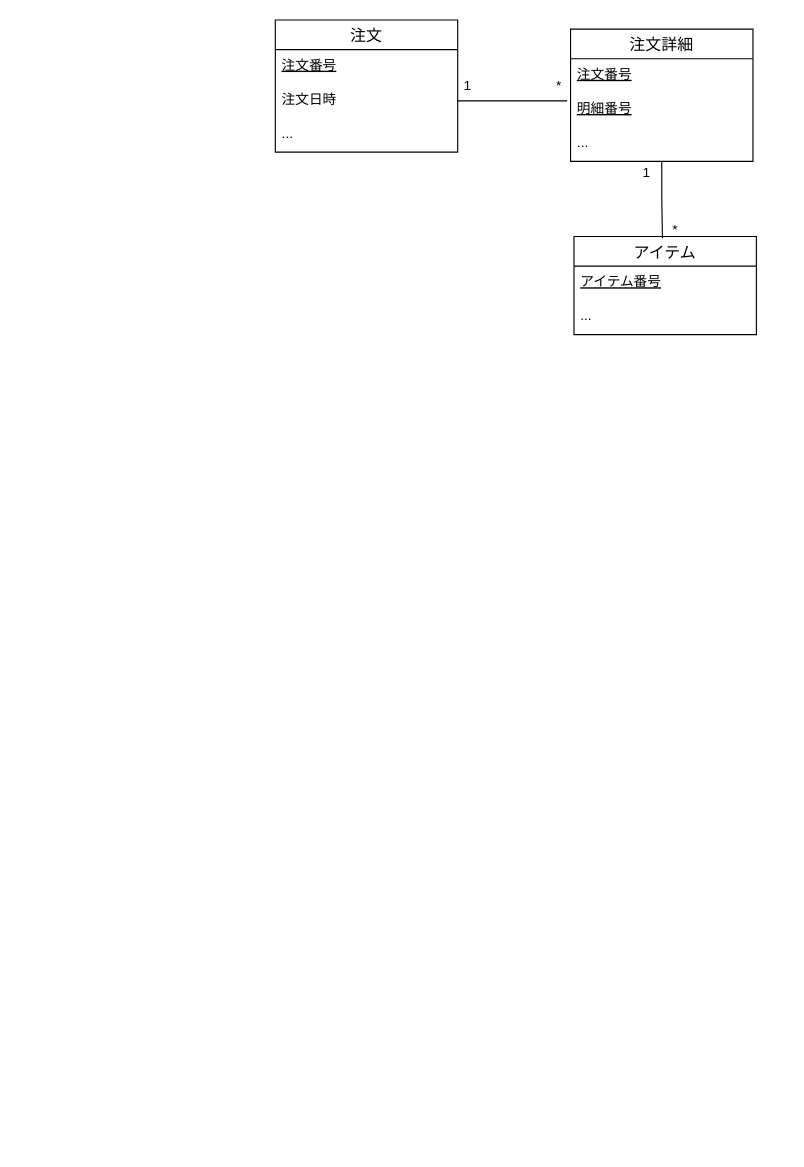
Earlier version of the draw.io diagram page "Question1" (2 of 2) of example/dbdesign1.drawio (takayasu/design). Source tidied: cells renumbered, new cells numbered last; positions are measured from the earlier drawing's top-left corner, leaving out a move shared by most shapes. Both pictures are drawn from the tidied source at 114%, with x=0, y=0 at pixel (275, 19).
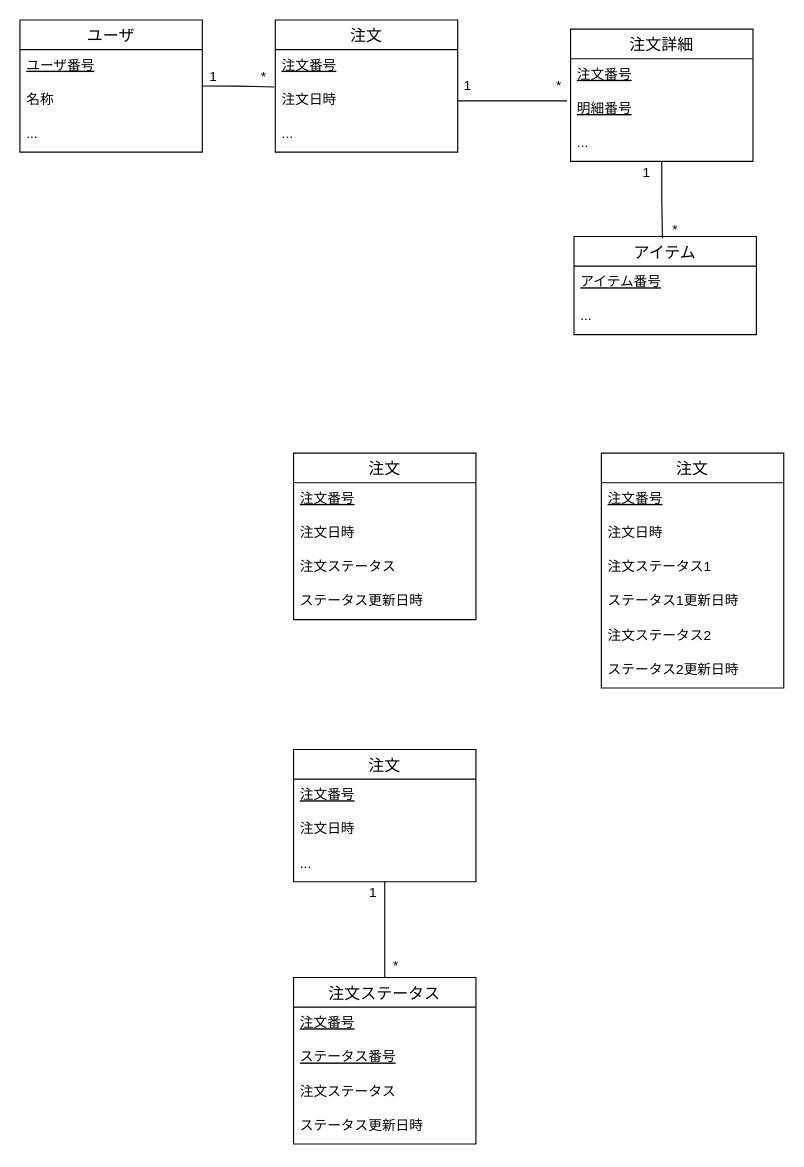
The same page after the edit.

The change refers to these unchanged cells:
```xml
<mxCell id="4" value="注文日時" style="text;strokeColor=none;fillColor=none;spacingLeft=4;spacingRight=4;overflow=hidden;points=[[0,0.5],[1,0.5]];portConstraint=eastwest;fontSize=12;" parent="2" vertex="1">
  <mxGeometry y="56" width="160" height="30" as="geometry" />
</mxCell>
```

Diff of the diagram source:
```diff
@@
+    <mxCell id="19" value="ユーザ" style="swimlane;fontStyle=0;horizontal=1;startSize=26;align=center;fontSize=14;" parent="1" vertex="1">
+      <mxGeometry x="-224" width="160" height="116" as="geometry" />
+    </mxCell>
+    <mxCell id="20" value="ユーザ番号" style="text;strokeColor=none;fillColor=none;spacingLeft=4;spacingRight=4;overflow=hidden;fontSize=12;fontStyle=4;" parent="19" vertex="1">
+      <mxGeometry y="26" width="160" height="30" as="geometry" />
+    </mxCell>
+    <mxCell id="21" value="名称" style="text;strokeColor=none;fillColor=none;spacingLeft=4;spacingRight=4;overflow=hidden;points=[[0,0.5],[1,0.5]];portConstraint=eastwest;fontSize=12;" parent="19" vertex="1">
+      <mxGeometry y="56" width="160" height="30" as="geometry" />
+    </mxCell>
+    <mxCell id="22" value="..." style="text;strokeColor=none;fillColor=none;spacingLeft=4;spacingRight=4;overflow=hidden;fontSize=12;" parent="19" vertex="1">
+      <mxGeometry y="86" width="160" height="30" as="geometry" />
+    </mxCell>
+    <mxCell id="23" style="edgeStyle=orthogonalEdgeStyle;rounded=0;jettySize=auto;html=1;endArrow=none;endFill=0;exitX=0.996;exitY=0.065;exitDx=0;exitDy=0;exitPerimeter=0;entryX=-0.005;entryY=0.094;entryDx=0;entryDy=0;entryPerimeter=0;" parent="1" edge="1" source="21" target="4">
+      <mxGeometry relative="1" as="geometry" />
+    </mxCell>
+    <mxCell id="24" value="1" style="text;html=1;strokeColor=none;fillColor=none;align=center;verticalAlign=middle;whiteSpace=wrap;rounded=0;" parent="1" vertex="1">
+      <mxGeometry x="-64" y="40" width="20" height="20" as="geometry" />
+    </mxCell>
+    <mxCell id="25" value="*" style="text;html=1;strokeColor=none;fillColor=none;align=center;verticalAlign=middle;whiteSpace=wrap;rounded=0;" parent="1" vertex="1">
+      <mxGeometry x="-20" y="40" width="20" height="20" as="geometry" />
+    </mxCell>
+    <mxCell id="26" value="注文" style="swimlane;fontStyle=0;horizontal=1;startSize=26;align=center;fontSize=14;" parent="1" vertex="1">
+      <mxGeometry x="16" y="380" width="160" height="146" as="geometry" />
+    </mxCell>
+    <mxCell id="27" value="注文番号" style="text;strokeColor=none;fillColor=none;spacingLeft=4;spacingRight=4;overflow=hidden;fontSize=12;fontStyle=4;" parent="26" vertex="1">
+      <mxGeometry y="26" width="160" height="30" as="geometry" />
+    </mxCell>
+    <mxCell id="28" value="注文日時" style="text;strokeColor=none;fillColor=none;spacingLeft=4;spacingRight=4;overflow=hidden;fontSize=12;" parent="26" vertex="1">
+      <mxGeometry y="56" width="160" height="30" as="geometry" />
+    </mxCell>
+    <mxCell id="29" value="注文ステータス" style="text;strokeColor=none;fillColor=none;spacingLeft=4;spacingRight=4;overflow=hidden;fontSize=12;" parent="26" vertex="1">
+      <mxGeometry y="86" width="160" height="30" as="geometry" />
+    </mxCell>
+    <mxCell id="30" value="ステータス更新日時" style="text;strokeColor=none;fillColor=none;spacingLeft=4;spacingRight=4;overflow=hidden;fontSize=12;" parent="26" vertex="1">
+      <mxGeometry y="116" width="160" height="30" as="geometry" />
+    </mxCell>
+    <mxCell id="31" style="edgeStyle=orthogonalEdgeStyle;rounded=0;jettySize=auto;html=1;entryX=0.5;entryY=0;entryDx=0;entryDy=0;endArrow=none;endFill=0;" parent="1" edge="1" source="32" target="36">
+      <mxGeometry relative="1" as="geometry" />
+    </mxCell>
+    <mxCell id="32" value="注文" style="swimlane;fontStyle=0;horizontal=1;startSize=26;align=center;fontSize=14;" parent="1" vertex="1">
+      <mxGeometry x="16" y="640" width="160" height="116" as="geometry" />
+    </mxCell>
+    <mxCell id="33" value="注文番号" style="text;strokeColor=none;fillColor=none;spacingLeft=4;spacingRight=4;overflow=hidden;fontSize=12;fontStyle=4;" parent="32" vertex="1">
+      <mxGeometry y="26" width="160" height="30" as="geometry" />
+    </mxCell>
+    <mxCell id="34" value="注文日時" style="text;strokeColor=none;fillColor=none;spacingLeft=4;spacingRight=4;overflow=hidden;fontSize=12;" parent="32" vertex="1">
+      <mxGeometry y="56" width="160" height="30" as="geometry" />
+    </mxCell>
+    <mxCell id="35" value="..." style="text;strokeColor=none;fillColor=none;spacingLeft=4;spacingRight=4;overflow=hidden;fontSize=12;" parent="32" vertex="1">
+      <mxGeometry y="86" width="160" height="30" as="geometry" />
+    </mxCell>
+    <mxCell id="36" value="注文ステータス" style="swimlane;fontStyle=0;horizontal=1;startSize=26;align=center;fontSize=14;" parent="1" vertex="1">
+      <mxGeometry x="16" y="840" width="160" height="146" as="geometry" />
+    </mxCell>
+    <mxCell id="37" value="注文番号" style="text;strokeColor=none;fillColor=none;spacingLeft=4;spacingRight=4;overflow=hidden;fontSize=12;fontStyle=4;" parent="36" vertex="1">
+      <mxGeometry y="26" width="160" height="30" as="geometry" />
+    </mxCell>
+    <mxCell id="38" value="ステータス番号" style="text;strokeColor=none;fillColor=none;spacingLeft=4;spacingRight=4;overflow=hidden;fontSize=12;fontStyle=4;" parent="36" vertex="1">
+      <mxGeometry y="56" width="160" height="30" as="geometry" />
+    </mxCell>
+    <mxCell id="39" value="注文ステータス" style="text;strokeColor=none;fillColor=none;spacingLeft=4;spacingRight=4;overflow=hidden;fontSize=12;" parent="36" vertex="1">
+      <mxGeometry y="86" width="160" height="30" as="geometry" />
+    </mxCell>
+    <mxCell id="40" value="ステータス更新日時" style="text;strokeColor=none;fillColor=none;spacingLeft=4;spacingRight=4;overflow=hidden;fontSize=12;" parent="36" vertex="1">
+      <mxGeometry y="116" width="160" height="30" as="geometry" />
+    </mxCell>
+    <mxCell id="41" value="1" style="text;html=1;strokeColor=none;fillColor=none;align=center;verticalAlign=middle;whiteSpace=wrap;rounded=0;" parent="1" vertex="1">
+      <mxGeometry x="76" y="756" width="20" height="20" as="geometry" />
+    </mxCell>
+    <mxCell id="42" value="*" style="text;html=1;strokeColor=none;fillColor=none;align=center;verticalAlign=middle;whiteSpace=wrap;rounded=0;" parent="1" vertex="1">
+      <mxGeometry x="96" y="820" width="20" height="20" as="geometry" />
+    </mxCell>
+    <mxCell id="43" value="注文" style="swimlane;fontStyle=0;horizontal=1;startSize=26;align=center;fontSize=14;" parent="1" vertex="1">
+      <mxGeometry x="286" y="380" width="160" height="206" as="geometry" />
+    </mxCell>
+    <mxCell id="44" value="注文番号" style="text;strokeColor=none;fillColor=none;spacingLeft=4;spacingRight=4;overflow=hidden;fontSize=12;fontStyle=4;" parent="43" vertex="1">
+      <mxGeometry y="26" width="160" height="30" as="geometry" />
+    </mxCell>
+    <mxCell id="45" value="注文日時" style="text;strokeColor=none;fillColor=none;spacingLeft=4;spacingRight=4;overflow=hidden;fontSize=12;" parent="43" vertex="1">
+      <mxGeometry y="56" width="160" height="30" as="geometry" />
+    </mxCell>
+    <mxCell id="46" value="注文ステータス1" style="text;strokeColor=none;fillColor=none;spacingLeft=4;spacingRight=4;overflow=hidden;fontSize=12;" parent="43" vertex="1">
+      <mxGeometry y="86" width="160" height="30" as="geometry" />
+    </mxCell>
+    <mxCell id="47" value="ステータス1更新日時" style="text;strokeColor=none;fillColor=none;spacingLeft=4;spacingRight=4;overflow=hidden;fontSize=12;" parent="43" vertex="1">
+      <mxGeometry y="116" width="160" height="30" as="geometry" />
+    </mxCell>
+    <mxCell id="48" value="注文ステータス2" style="text;strokeColor=none;fillColor=none;spacingLeft=4;spacingRight=4;overflow=hidden;fontSize=12;" parent="43" vertex="1">
+      <mxGeometry y="146" width="160" height="30" as="geometry" />
+    </mxCell>
+    <mxCell id="49" value="ステータス2更新日時" style="text;strokeColor=none;fillColor=none;spacingLeft=4;spacingRight=4;overflow=hidden;fontSize=12;" parent="43" vertex="1">
+      <mxGeometry y="176" width="160" height="30" as="geometry" />
+    </mxCell>
```
